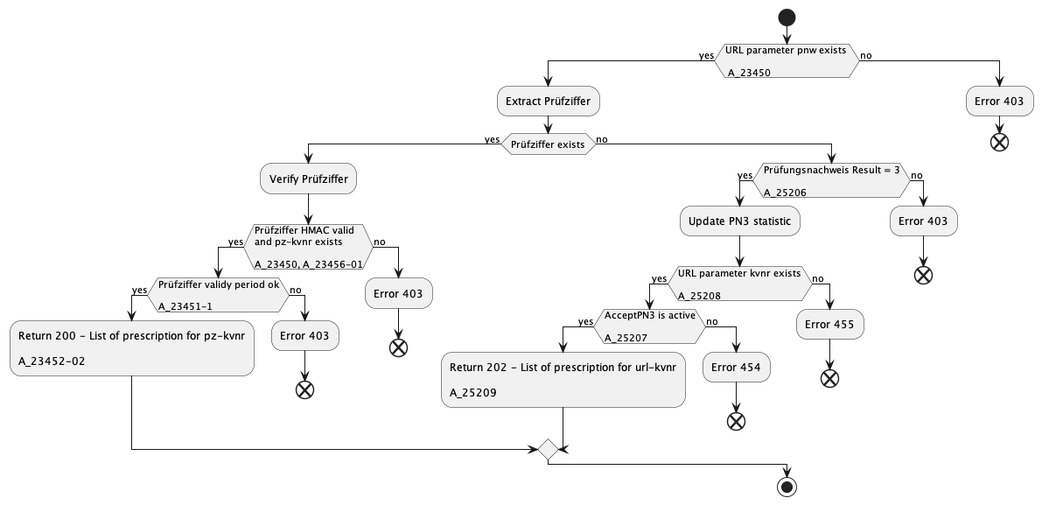
gematik/api-erp keeps this PlantUML diagram as images/puml_pn3_decision_tree.png. Above is the earlier version.
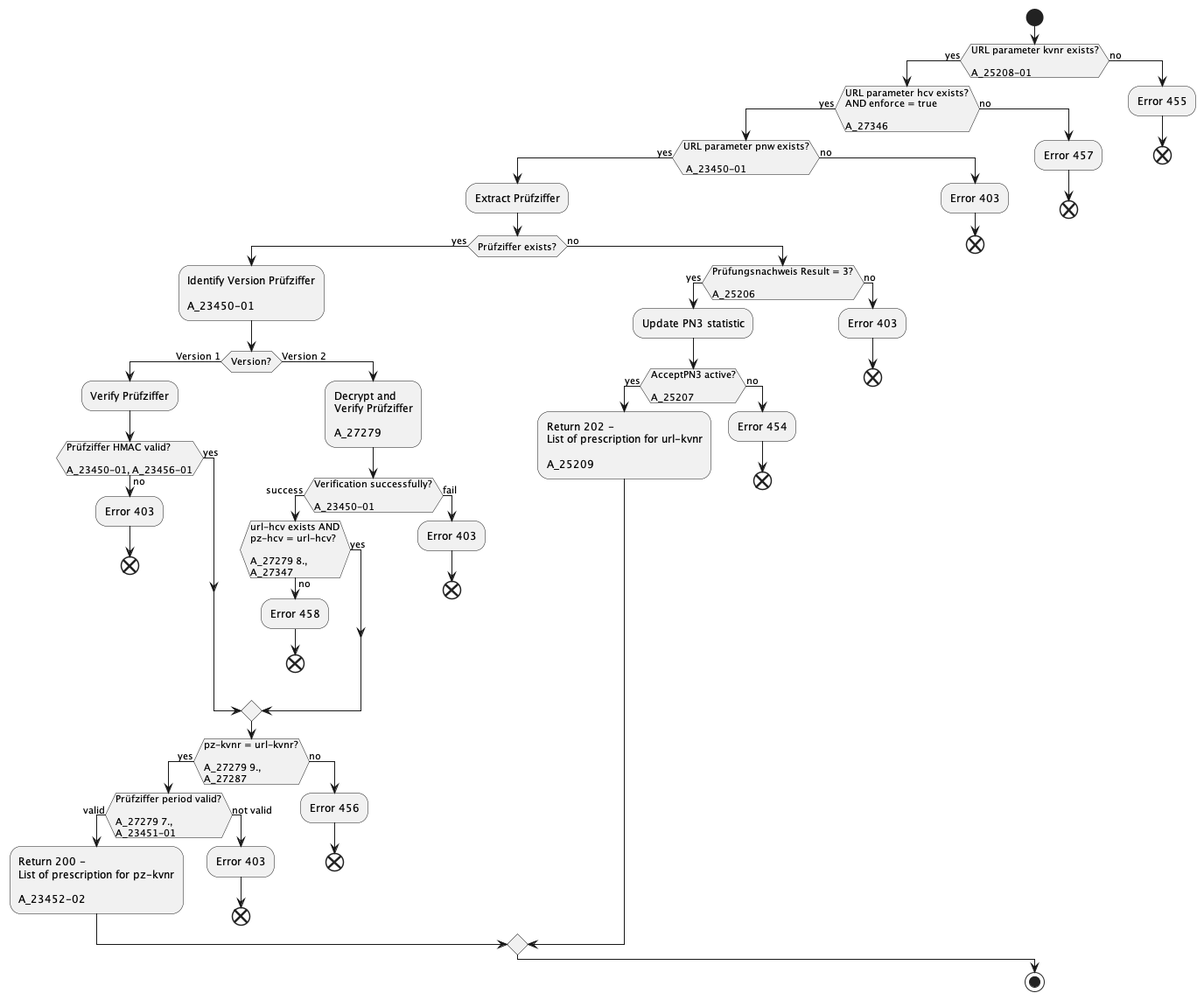
Above is the later version.

Commit message:
create new decision tree image from puml

Change to the diagram source:
```diff
@@ -1,36 +1,55 @@
 @startuml
-
 start
 
-if(URL parameter pnw exists \n\n A_23450) then (yes)
+if(URL parameter kvnr exists?\n\nA_25208-01) then (yes)
+if(URL parameter hcv exists?\nAND enforce = true\n\nA_27346) then (yes)
+if(URL parameter pnw exists?\n\n A_23450-01) then (yes)
   :Extract Prüfziffer;
-  if(Prüfziffer exists) then (yes)
-    :Verify Prüfziffer;
-    if(Prüfziffer HMAC valid \nand pz-kvnr exists\n\nA_23450, A_23456-01) then (yes)
-      if(Prüfziffer validy period ok\n\nA_23451-1) then (yes)
-        :Return 200 - List of prescription for pz-kvnr\n\nA_23452-02;
+  if(Prüfziffer exists?) then (yes)
+    :Identify Version Prüfziffer\n\nA_23450-01;
+    if(Version?) then (Version 1)
+      :Verify Prüfziffer;
+      if(Prüfziffer HMAC valid?\n\nA_23450-01, A_23456-01) then (yes)
       else (no)
         :Error 403;
         end
       endif
+    else (Version 2)
+        :Decrypt and \nVerify Prüfziffer\n\nA_27279;
+        if(Verification successfully?\n\nA_23450-01) then (success)
+          if(url-hcv exists AND\npz-hcv = url-hcv?\n\nA_27279 8.,\nA_27347) then (yes)
+          else (no)
+            :Error 458;
+            end
+          endif
+        else (fail)
+          :Error 403;
+          end
+        endif
+    endif
+    if(pz-kvnr = url-kvnr?\n\nA_27279 9.,\nA_27287) then (yes)
+      if(Prüfziffer period valid?\n\nA_27279 7.,\nA_23451-01) then (valid)
+        :Return 200 - \nList of prescription for pz-kvnr\n\nA_23452-02;
+      else (not valid)
+        :Error 403;
+        end
+      endif
     else (no)
-      :Error 403;
+      :Error 456;
       end
     endif
+
   else (no)
-    if(Prüfungsnachweis Result = 3\n\nA_25206) then (yes)
+    if(Prüfungsnachweis Result = 3?\n\nA_25206) then (yes)
       :Update PN3 statistic;
-      if(URL parameter kvnr exists\n\nA_25208) then (yes)
-        if(AcceptPN3 is active\n\nA_25207) then (yes)
-          :Return 202 - List of prescription for url-kvnr\n\nA_25209;
+
+        if(AcceptPN3 active?\n\nA_25207) then (yes)
+          :Return 202 - \nList of prescription for url-kvnr\n\nA_25209;
         else (no)
           :Error 454;
           end
         endif
-	  else (no)
-        :Error 455;
-        end
-	  endif
+
     else (no)
       :Error 403;
       end
@@ -40,7 +59,14 @@
   :Error 403;
   end
 endif
+else (no)
+  :Error 457;
+  end
+endif
+else (no)
+  :Error 455;
+  end
+endif
 
 stop
-
 @enduml
```
